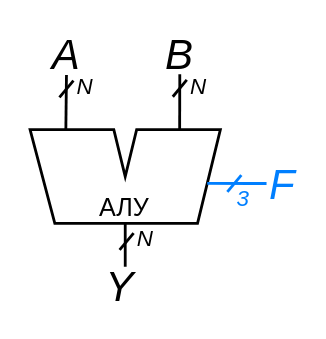
Before: .pic/Labs/lab_02_alu/fig_01.drawio.svg, a diagram exported from draw.io (MPSU/APS). Source tidied: cells renumbered, new cells last; positions are measured from the earlier drawing's top-left corner, leaving out a move shared by most shapes.
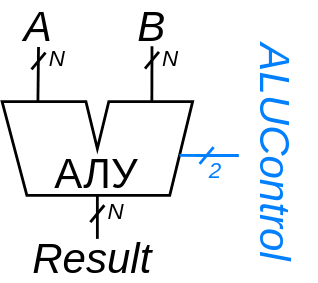
The same diagram one commit later.

Diff of the diagram source:
```diff
@@ -2,7 +2,7 @@
   <root>
     <mxCell id="0" />
     <mxCell id="1" parent="0" />
-    <mxCell id="2" value="АЛУ" style="verticalLabelPosition=bottom;verticalAlign=top;html=1;shape=mxgraph.basic.polygon;polyCoords=[[0.44,0],[0.5,0.5],[0.56,0],[1,0],[0.88,1],[0.25,1],[0.13,1],[0,0]];polyline=0;spacingTop=-28;fontSize=18;spacingLeft=-2;strokeWidth=2;" parent="1" vertex="1">
+    <mxCell id="2" value="&lt;font style=&quot;font-size: 30px;&quot;&gt;АЛУ&lt;/font&gt;" style="verticalLabelPosition=bottom;verticalAlign=top;html=1;shape=mxgraph.basic.polygon;polyCoords=[[0.44,0],[0.5,0.5],[0.56,0],[1,0],[0.88,1],[0.25,1],[0.13,1],[0,0]];polyline=0;spacingTop=-40;fontSize=18;spacingLeft=-2;strokeWidth=2;" parent="1" vertex="1">
       <mxGeometry y="69" width="136" height="67" as="geometry" />
     </mxCell>
     <mxCell id="3" style="edgeStyle=orthogonalEdgeStyle;rounded=0;jettySize=auto;html=1;endArrow=none;endFill=0;strokeWidth=2;" parent="1" edge="1" source="2">
@@ -13,67 +13,73 @@
     <mxCell id="4" value="&lt;font style=&quot;font-size: 30px;&quot;&gt;A&lt;/font&gt;" style="text;html=1;strokeColor=none;fillColor=none;align=center;verticalAlign=middle;whiteSpace=wrap;rounded=0;fontStyle=2;fontSize=30;" parent="1" vertex="1">
       <mxGeometry x="16" width="20" height="30" as="geometry" />
     </mxCell>
-    <mxCell id="5" style="edgeStyle=orthogonalEdgeStyle;rounded=0;jettySize=auto;html=1;exitX=0;exitY=0.5;exitDx=0;exitDy=0;entryX=0.931;entryY=0.574;entryDx=0;entryDy=0;endArrow=none;endFill=0;strokeColor=#007FFF;entryPerimeter=0;strokeWidth=2;" parent="1" edge="1" source="6" target="2">
-      <mxGeometry relative="1" as="geometry" />
+    <mxCell id="5" style="edgeStyle=orthogonalEdgeStyle;rounded=0;jettySize=auto;html=1;exitX=0;exitY=0.5;exitDx=0;exitDy=0;entryX=0.931;entryY=0.574;entryDx=0;entryDy=0;endArrow=none;endFill=0;strokeColor=#007FFF;entryPerimeter=0;strokeWidth=2;" parent="1" edge="1" target="2">
+      <mxGeometry relative="1" as="geometry">
+        <mxPoint x="169" y="107.5" as="sourcePoint" />
+        <Array as="points">
+          <mxPoint x="144" y="107" />
+          <mxPoint x="144" y="107" />
+        </Array>
+      </mxGeometry>
     </mxCell>
-    <mxCell id="6" value="&lt;font color=&quot;#007fff&quot; style=&quot;font-size: 30px;&quot;&gt;F&lt;/font&gt;" style="text;html=1;strokeColor=none;fillColor=none;align=center;verticalAlign=middle;whiteSpace=wrap;rounded=0;fontSize=30;fontStyle=2;" parent="1" vertex="1">
-      <mxGeometry x="169" y="78" width="23" height="59" as="geometry" />
+    <mxCell id="6" value="&lt;i&gt;&lt;font style=&quot;font-size: 30px;&quot;&gt;B&lt;/font&gt;&lt;/i&gt;" style="text;html=1;strokeColor=none;fillColor=none;align=center;verticalAlign=middle;whiteSpace=wrap;rounded=0;fontSize=18;fontColor=#000000;" parent="1" vertex="1">
+      <mxGeometry x="97" width="20" height="29.5" as="geometry" />
     </mxCell>
-    <mxCell id="7" value="&lt;i&gt;&lt;font style=&quot;font-size: 30px;&quot;&gt;B&lt;/font&gt;&lt;/i&gt;" style="text;html=1;strokeColor=none;fillColor=none;align=center;verticalAlign=middle;whiteSpace=wrap;rounded=0;fontSize=18;fontColor=#000000;" parent="1" vertex="1">
-      <mxGeometry x="97" width="20" height="29.5" as="geometry" />
+    <mxCell id="7" style="endArrow=none;html=1;rounded=0;strokeWidth=2;" parent="1" edge="1">
+      <mxGeometry relative="1" as="geometry">
+        <mxPoint x="102" y="45.5" as="sourcePoint" />
+        <mxPoint x="112" y="33.5" as="targetPoint" />
+      </mxGeometry>
     </mxCell>
-    <mxCell id="8" style="endArrow=none;html=1;rounded=0;strokeWidth=2;" parent="1" edge="1">
-      <mxGeometry relative="1" as="geometry">
-        <mxPoint x="102" y="45.5" as="sourcePoint" />
-        <mxPoint x="112" y="33.5" as="targetPoint" />
+    <mxCell id="8" value="N" style="edgeLabel;html=1;align=center;verticalAlign=middle;labelBackgroundColor=none;fontSize=16;fontStyle=2;" parent="7" vertex="1">
+      <mxGeometry x="0.62" y="-1" relative="1" as="geometry">
+        <mxPoint x="8" y="1" as="offset" />
       </mxGeometry>
     </mxCell>
-    <mxCell id="9" value="N" style="edgeLabel;html=1;align=center;verticalAlign=middle;labelBackgroundColor=none;fontSize=16;fontStyle=2;" parent="8" vertex="1">
-      <mxGeometry x="0.62" y="-1" relative="1" as="geometry">
-        <mxPoint x="8" y="1" as="offset" />
+    <mxCell id="9" style="endArrow=none;html=1;rounded=0;strokeWidth=2;" parent="1" edge="1">
+      <mxGeometry relative="1" as="geometry">
+        <mxPoint x="21" y="46" as="sourcePoint" />
+        <mxPoint x="31" y="34" as="targetPoint" />
       </mxGeometry>
     </mxCell>
-    <mxCell id="10" style="endArrow=none;html=1;rounded=0;strokeWidth=2;" parent="1" edge="1">
-      <mxGeometry relative="1" as="geometry">
-        <mxPoint x="21" y="46" as="sourcePoint" />
-        <mxPoint x="31" y="34" as="targetPoint" />
+    <mxCell id="10" value="N" style="edgeLabel;html=1;align=center;verticalAlign=middle;labelBackgroundColor=none;fontSize=16;fontStyle=2;" parent="9" vertex="1">
+      <mxGeometry x="0.62" y="-1" relative="1" as="geometry">
+        <mxPoint x="8" y="1" as="offset" />
       </mxGeometry>
     </mxCell>
-    <mxCell id="11" value="N" style="edgeLabel;html=1;align=center;verticalAlign=middle;labelBackgroundColor=none;fontSize=16;fontStyle=2;" parent="10" vertex="1">
-      <mxGeometry x="0.62" y="-1" relative="1" as="geometry">
-        <mxPoint x="8" y="1" as="offset" />
+    <mxCell id="11" style="endArrow=none;html=1;rounded=0;strokeWidth=2;" parent="1" edge="1">
+      <mxGeometry relative="1" as="geometry">
+        <mxPoint x="63" y="155" as="sourcePoint" />
+        <mxPoint x="73" y="143" as="targetPoint" />
       </mxGeometry>
     </mxCell>
-    <mxCell id="12" style="endArrow=none;html=1;rounded=0;strokeWidth=2;" parent="1" edge="1">
-      <mxGeometry relative="1" as="geometry">
-        <mxPoint x="64" y="155" as="sourcePoint" />
-        <mxPoint x="74" y="143" as="targetPoint" />
+    <mxCell id="12" value="N" style="edgeLabel;html=1;align=center;verticalAlign=middle;labelBackgroundColor=none;fontSize=16;fontStyle=2;" parent="11" vertex="1">
+      <mxGeometry x="0.62" y="-1" relative="1" as="geometry">
+        <mxPoint x="8" y="1" as="offset" />
       </mxGeometry>
     </mxCell>
-    <mxCell id="13" value="N" style="edgeLabel;html=1;align=center;verticalAlign=middle;labelBackgroundColor=none;fontSize=16;fontStyle=2;" parent="12" vertex="1">
-      <mxGeometry x="0.62" y="-1" relative="1" as="geometry">
-        <mxPoint x="8" y="1" as="offset" />
-      </mxGeometry>
+    <mxCell id="13" value="&lt;span style=&quot;font-size: 30px;&quot;&gt;&lt;i&gt;Result&lt;/i&gt;&lt;/span&gt;" style="text;html=1;strokeColor=none;fillColor=none;align=center;verticalAlign=middle;whiteSpace=wrap;rounded=0;fontSize=18;fontColor=#000000;" parent="1" vertex="1">
+      <mxGeometry x="52" y="166" width="25" height="29.5" as="geometry" />
     </mxCell>
-    <mxCell id="14" value="&lt;font size=&quot;1&quot;&gt;&lt;i style=&quot;font-size: 30px;&quot;&gt;Y&lt;/i&gt;&lt;/font&gt;" style="text;html=1;strokeColor=none;fillColor=none;align=center;verticalAlign=middle;whiteSpace=wrap;rounded=0;fontSize=18;fontColor=#000000;" parent="1" vertex="1">
-      <mxGeometry x="52" y="166" width="25" height="29.5" as="geometry" />
+    <mxCell id="14" style="endArrow=none;html=1;rounded=0;strokeWidth=2;strokeColor=#007FFF;" parent="1" edge="1">
+      <mxGeometry relative="1" as="geometry">
+        <mxPoint x="141" y="113.5" as="sourcePoint" />
+        <mxPoint x="151" y="101.5" as="targetPoint" />
+      </mxGeometry>
     </mxCell>
-    <mxCell id="15" style="endArrow=none;html=1;rounded=0;strokeWidth=2;strokeColor=#007FFF;" parent="1" edge="1">
-      <mxGeometry relative="1" as="geometry">
-        <mxPoint x="141" y="113.5" as="sourcePoint" />
-        <mxPoint x="151" y="101.5" as="targetPoint" />
+    <mxCell id="15" value="2" style="edgeLabel;html=1;align=center;verticalAlign=middle;labelBackgroundColor=none;fontSize=16;fontStyle=2;fontColor=#007FFF;" parent="14" vertex="1">
+      <mxGeometry x="0.62" y="-1" relative="1" as="geometry">
+        <mxPoint x="1" y="13" as="offset" />
       </mxGeometry>
     </mxCell>
-    <mxCell id="16" value="3" style="edgeLabel;html=1;align=center;verticalAlign=middle;labelBackgroundColor=none;fontSize=16;fontStyle=2;fontColor=#007FFF;" parent="15" vertex="1">
-      <mxGeometry x="0.62" y="-1" relative="1" as="geometry">
-        <mxPoint x="1" y="13" as="offset" />
-      </mxGeometry>
+    <mxCell id="16" style="edgeStyle=orthogonalEdgeStyle;rounded=0;jettySize=auto;html=1;exitX=0.5;exitY=1;exitDx=0;exitDy=0;entryX=0.786;entryY=0;entryDx=0;entryDy=0;entryPerimeter=0;strokeWidth=2;endArrow=none;endFill=0;" parent="1" edge="1" source="6" target="2">
+      <mxGeometry relative="1" as="geometry" />
     </mxCell>
-    <mxCell id="17" style="edgeStyle=orthogonalEdgeStyle;rounded=0;jettySize=auto;html=1;exitX=0.5;exitY=1;exitDx=0;exitDy=0;entryX=0.786;entryY=0;entryDx=0;entryDy=0;entryPerimeter=0;strokeWidth=2;endArrow=none;endFill=0;" parent="1" edge="1" source="7" target="2">
+    <mxCell id="17" style="edgeStyle=orthogonalEdgeStyle;rounded=0;jettySize=auto;html=1;exitX=0.5;exitY=1;exitDx=0;exitDy=0;entryX=0.188;entryY=-0.005;entryDx=0;entryDy=0;entryPerimeter=0;endArrow=none;endFill=0;strokeWidth=2;" parent="1" edge="1" source="4" target="2">
       <mxGeometry relative="1" as="geometry" />
     </mxCell>
-    <mxCell id="18" style="edgeStyle=orthogonalEdgeStyle;rounded=0;jettySize=auto;html=1;exitX=0.5;exitY=1;exitDx=0;exitDy=0;entryX=0.188;entryY=-0.005;entryDx=0;entryDy=0;entryPerimeter=0;endArrow=none;endFill=0;strokeWidth=2;" parent="1" edge="1" source="4" target="2">
-      <mxGeometry relative="1" as="geometry" />
+    <mxCell id="18" value="&lt;font color=&quot;#007fff&quot; style=&quot;font-size: 30px;&quot;&gt;ALUControl&lt;/font&gt;" style="text;html=1;strokeColor=none;fillColor=none;align=center;verticalAlign=middle;whiteSpace=wrap;rounded=0;fontSize=30;fontStyle=2;rotation=90;" parent="1" vertex="1">
+      <mxGeometry x="113" y="76" width="166" height="59" as="geometry" />
     </mxCell>
   </root>
 </mxGraphModel>
```
